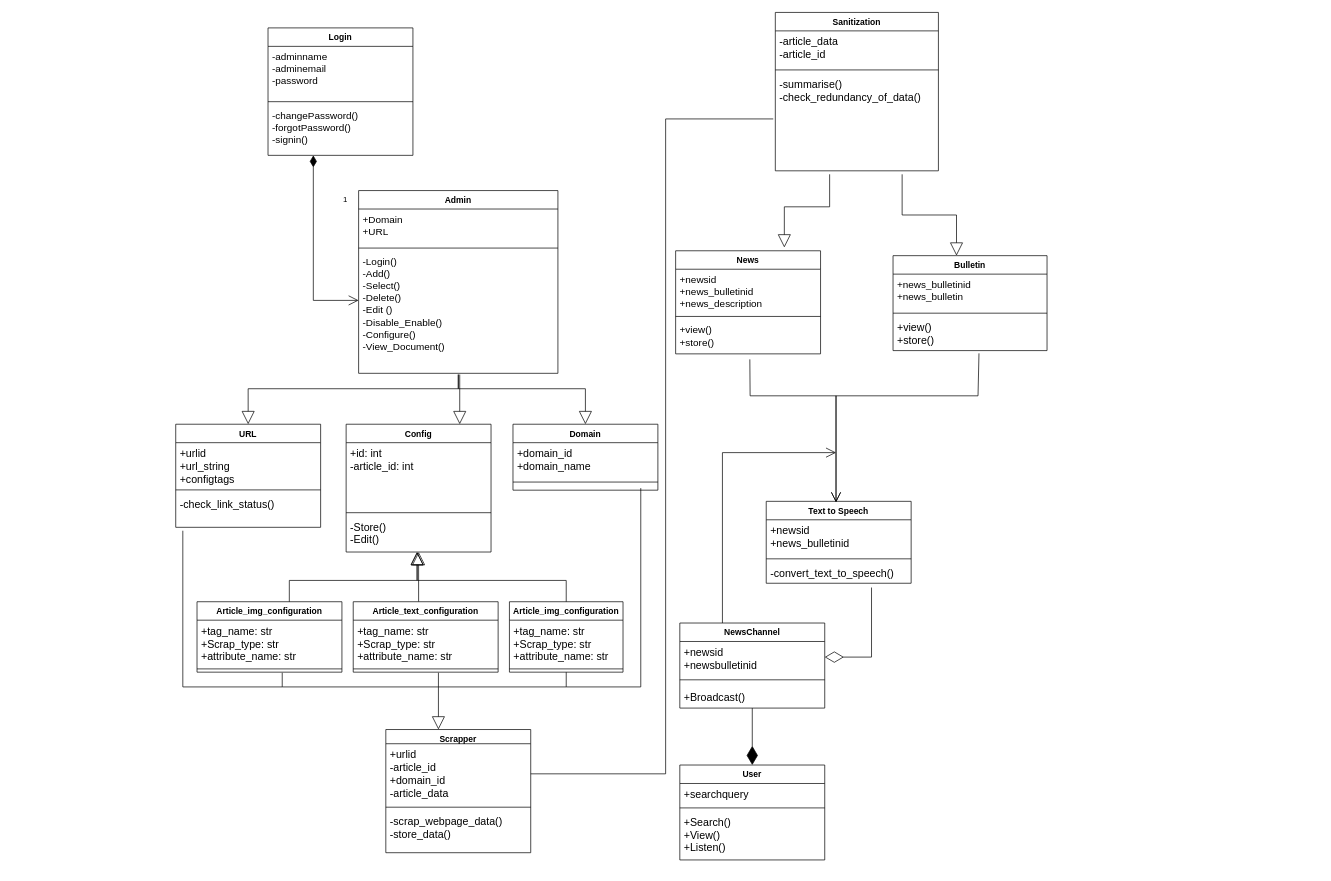
Earlier version of the draw.io diagram page "Page-1" (1 of 2) of Documents/Diagrams/class diagram .drawio (yusrraa/AutomatedNewsAgency). Source tidied: cells renumbered, new cells numbered last; positions are measured from the earlier drawing's top-left corner, leaving out a move shared by most shapes. Both pictures are drawn from the tidied source at 71%, with x=0, y=0 at pixel (175, 12).
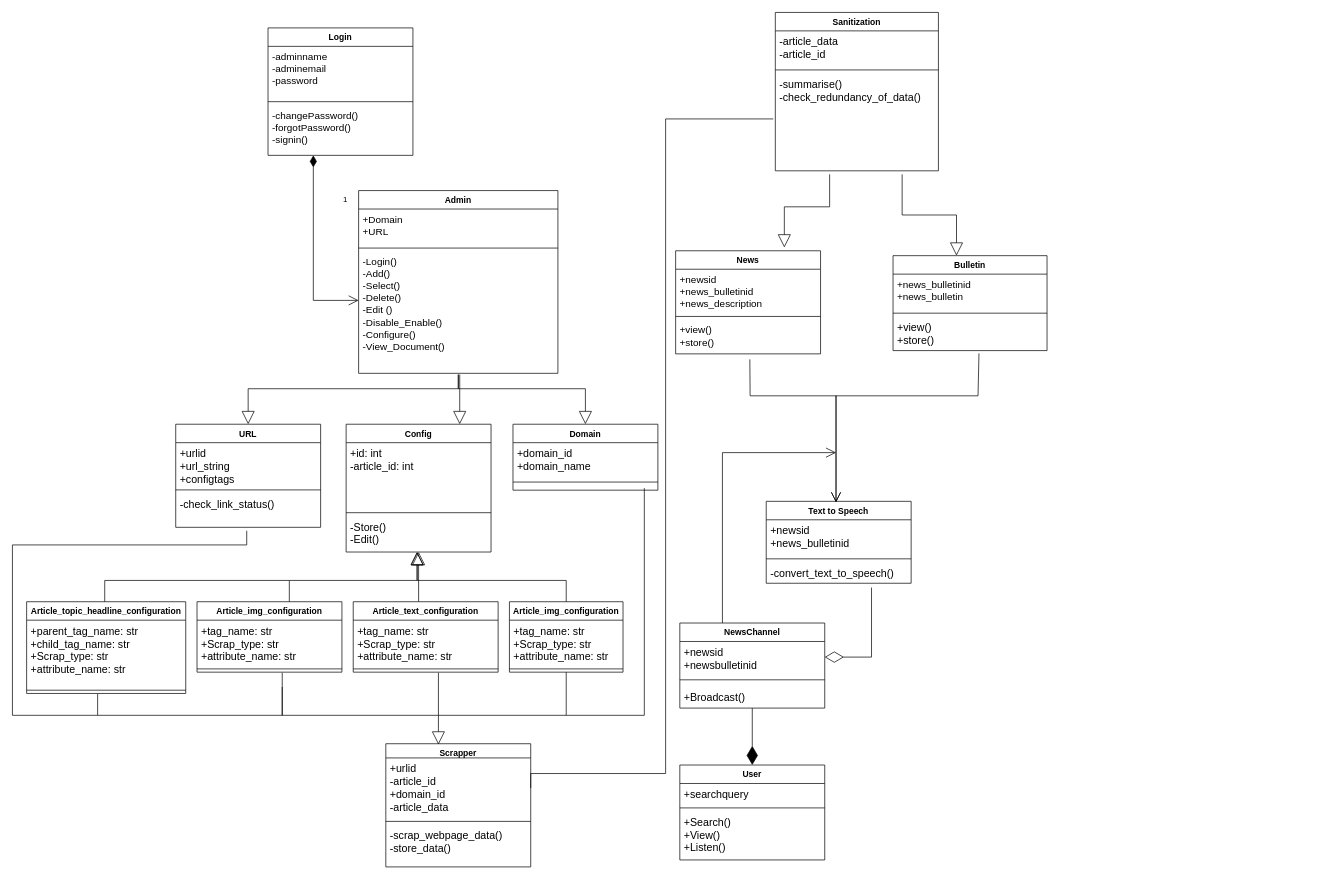
The same page after the edit.

Unchanged cells that the change refers to:
```xml
<mxCell id="2" style="group;" parent="1" vertex="1">
  <mxGeometry x="130" width="1480" height="1193.7" as="geometry" />
</mxCell>
<mxCell id="73" value="Article_img_configuration" style="swimlane;fontStyle=1;align=center;verticalAlign=top;horizontal=1;startSize=26;" parent="2" vertex="1">
  <mxGeometry x="340" y="830" width="160" height="99.2" as="geometry" />
</mxCell>
```

Diff of the diagram source:
```diff
@@
     <mxCell id="41" value="Scrapper" style="swimlane;fontStyle=1;align=center;verticalAlign=top;horizontal=1;startSize=20;" parent="2" vertex="1">
-      <mxGeometry x="165.9" y="1010" width="204.1" height="173.5" as="geometry" />
+      <mxGeometry x="165.9" y="1030" width="204.1" height="173.5" as="geometry" />
     </mxCell>
@@
-    <mxCell id="63" style="endArrow=block;endSize=16;endFill=0;html=1;rounded=0;" parent="2" edge="1">
+    <mxCell id="63" style="endArrow=block;endSize=16;endFill=0;html=1;rounded=0;entryX=0.363;entryY=0.007;entryDx=0;entryDy=0;entryPerimeter=0;" parent="2" edge="1" target="41">
       <mxGeometry x="0.26" y="-16" relative="1" as="geometry">
         <mxPoint x="240" y="930" as="sourcePoint" />
-        <mxPoint x="240" y="1010" as="targetPoint" />
       </mxGeometry>
     </mxCell>
     <mxCell id="64" style="endArrow=none;html=1;rounded=0;fontSize=15;" parent="2" edge="1">
       <mxGeometry relative="1" as="geometry">
-        <mxPoint x="240" y="950" as="sourcePoint" />
+        <mxPoint x="240" y="990" as="sourcePoint" />
         <mxPoint x="20" y="930" as="targetPoint" />
         <Array as="points">
-          <mxPoint x="20" y="950" />
+          <mxPoint x="20" y="990" />
         </Array>
       </mxGeometry>
     </mxCell>
     <mxCell id="65" style="endArrow=none;html=1;rounded=0;fontSize=15;entryX=0.5;entryY=1;entryDx=0;entryDy=0;" parent="2" edge="1" target="73">
       <mxGeometry relative="1" as="geometry">
-        <mxPoint x="240" y="950" as="sourcePoint" />
+        <mxPoint x="240" y="990" as="sourcePoint" />
         <Array as="points">
-          <mxPoint x="420" y="950" />
+          <mxPoint x="420" y="990" />
         </Array>
       </mxGeometry>
     </mxCell>
     <mxCell id="66" style="endArrow=none;html=1;rounded=0;fontSize=15;" parent="2" edge="1">
       <mxGeometry relative="1" as="geometry">
-        <mxPoint x="420" y="950" as="sourcePoint" />
-        <mxPoint x="525" y="670" as="targetPoint" />
+        <mxPoint x="420" y="990" as="sourcePoint" />
+        <mxPoint x="530" y="670" as="targetPoint" />
         <Array as="points">
-          <mxPoint x="525" y="950" />
+          <mxPoint x="530" y="990" />
         </Array>
       </mxGeometry>
     </mxCell>
@@
-    <mxCell id="79" style="endArrow=none;html=1;rounded=0;fontSize=15;" parent="1" edge="1">
-      <mxGeometry relative="1" as="geometry">
-        <mxPoint x="150" y="950" as="sourcePoint" />
-        <mxPoint x="10" y="730" as="targetPoint" />
-        <Array as="points">
-          <mxPoint x="10" y="950" />
-        </Array>
-      </mxGeometry>
-    </mxCell>
+    <mxCell id="80" value="Article_topic_headline_configuration" style="swimlane;fontStyle=1;align=center;verticalAlign=top;horizontal=1;startSize=26;" parent="1" vertex="1">
+      <mxGeometry x="-210" y="830" width="224.1" height="129.2" as="geometry" />
+    </mxCell>
+    <mxCell id="81" value="+parent_tag_name: str&#10;+child_tag_name: str&#10;+Scrap_type: str&#10;+attribute_name: str" style="text;strokeColor=none;fillColor=none;align=left;verticalAlign=top;spacingLeft=4;spacingRight=4;overflow=hidden;fontSize=15;" parent="80" vertex="1">
+      <mxGeometry y="26" width="224.1" height="94" as="geometry" />
+    </mxCell>
+    <mxCell id="82" style="endArrow=none;html=1;rounded=0;" parent="80" edge="1">
+      <mxGeometry relative="1" as="geometry">
+        <mxPoint x="100" y="130" as="sourcePoint" />
+        <mxPoint x="360" y="120" as="targetPoint" />
+        <Array as="points">
+          <mxPoint x="100" y="160" />
+          <mxPoint x="360" y="160" />
+        </Array>
+      </mxGeometry>
+    </mxCell>
+    <mxCell id="83" style="line;strokeWidth=1;fillColor=none;align=left;verticalAlign=middle;spacingTop=-1;spacingLeft=3;spacingRight=3;labelPosition=right;" parent="80" vertex="1">
+      <mxGeometry y="120" width="224.1" height="9.2" as="geometry" />
+    </mxCell>
+    <mxCell id="84" style="endArrow=none;html=1;rounded=0;" parent="1" edge="1">
+      <mxGeometry relative="1" as="geometry">
+        <mxPoint x="-100" y="830" as="sourcePoint" />
+        <mxPoint x="160" y="800" as="targetPoint" />
+        <Array as="points">
+          <mxPoint x="-100" y="800" />
+        </Array>
+      </mxGeometry>
+    </mxCell>
+    <mxCell id="85" style="endArrow=none;html=1;rounded=0;" parent="1" edge="1">
+      <mxGeometry relative="1" as="geometry">
+        <mxPoint x="-110" y="990" as="sourcePoint" />
+        <mxPoint x="100" y="730" as="targetPoint" />
+        <Array as="points">
+          <mxPoint x="-230" y="990" />
+          <mxPoint x="-230" y="750" />
+          <mxPoint x="100" y="750" />
+        </Array>
+      </mxGeometry>
+    </mxCell>
```
